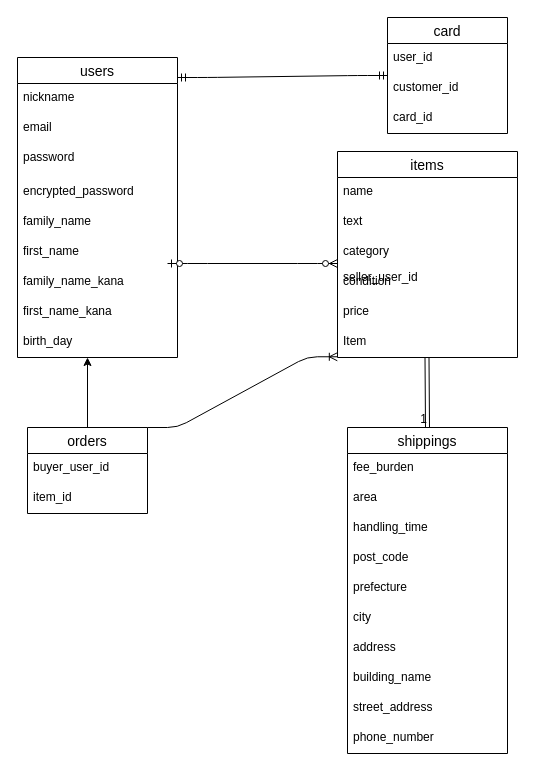
Before: furima.dio in aryu-shan/furima-39943, a draw.io diagram. Source tidied: cells renumbered, new cells numbered last; positions are measured from the earlier drawing's top-left corner, leaving out a move shared by most shapes. Both pictures are drawn from the tidied source at 100%, with x=0, y=0 at pixel (17, 17).
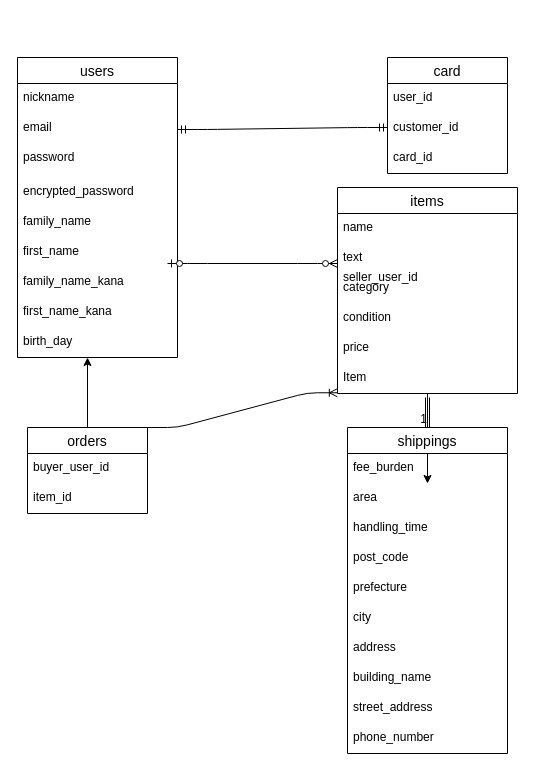
After the change.

The change refers to these unchanged cells:
```xml
<mxCell id="21" value="area" style="text;strokeColor=none;fillColor=none;spacingLeft=4;spacingRight=4;overflow=hidden;points=[[0,0.5],[1,0.5]];portConstraint=eastwest;fontSize=12;" parent="19" vertex="1">
  <mxGeometry y="56" width="160" height="30" as="geometry" />
</mxCell>
```

Diff of the diagram source:
```diff
@@
+    <mxCell id="44" style="edgeStyle=none;html=1;" parent="1" edge="1" source="12" target="21">
+      <mxGeometry relative="1" as="geometry" />
+    </mxCell>
     <mxCell id="12" value="items" style="swimlane;fontStyle=0;horizontal=1;startSize=26;align=center;fontSize=14;" parent="1" vertex="1">
-      <mxGeometry x="320" y="134" width="180" height="206" as="geometry" />
+      <mxGeometry x="320" y="170" width="180" height="206" as="geometry" />
     </mxCell>
@@
     <mxCell id="34" value="card" style="swimlane;fontStyle=0;horizontal=1;startSize=26;align=center;fontSize=14;" parent="1" vertex="1">
-      <mxGeometry x="370" width="120" height="116" as="geometry" />
+      <mxGeometry x="370" y="40" width="120" height="116" as="geometry" />
     </mxCell>
@@
     <mxCell id="39" style="edgeStyle=entityRelationEdgeStyle;fontSize=12;html=1;endArrow=ERmandOne;startArrow=ERmandOne;" parent="1" edge="1">
       <mxGeometry relative="1" as="geometry">
-        <mxPoint x="160" y="60" as="sourcePoint" />
-        <mxPoint x="370" y="58" as="targetPoint" />
+        <mxPoint x="160" y="112" as="sourcePoint" />
+        <mxPoint x="370" y="110" as="targetPoint" />
       </mxGeometry>
     </mxCell>
     <mxCell id="40" style="shape=link;html=1;rounded=0;" parent="1" edge="1">
       <mxGeometry relative="1" as="geometry">
-        <mxPoint x="409.5" y="340" as="sourcePoint" />
+        <mxPoint x="410" y="380" as="sourcePoint" />
         <mxPoint x="410" y="410" as="targetPoint" />
       </mxGeometry>
     </mxCell>
```
